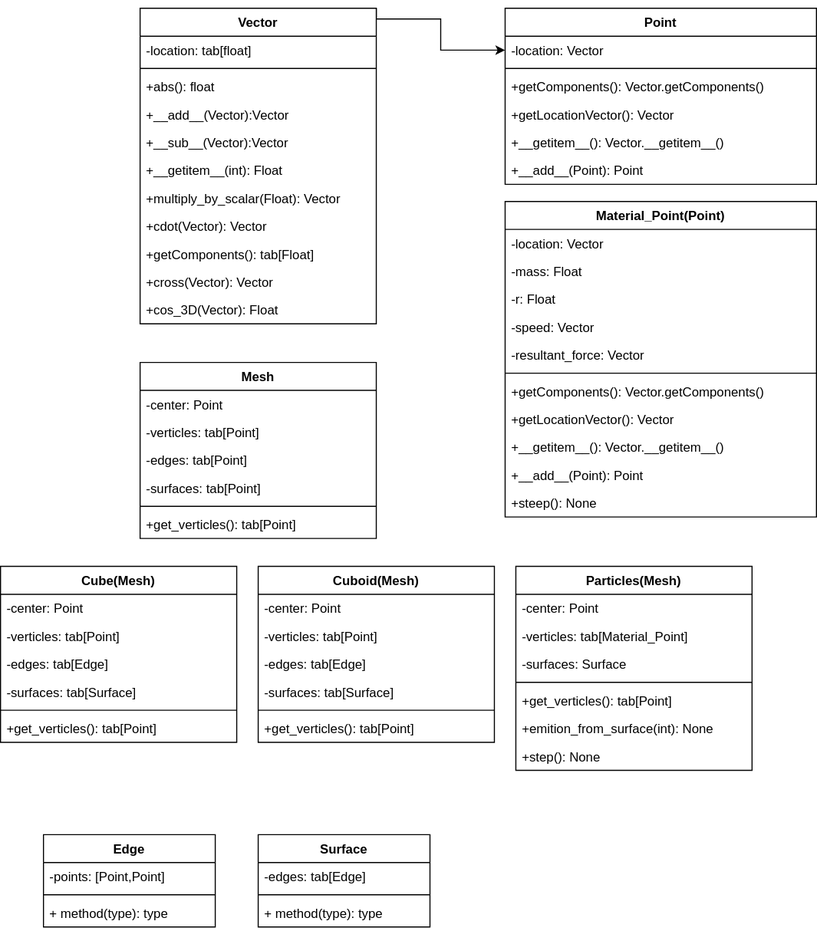
Before: Diagram_01.svg, a diagram exported from draw.io (PGszafir/TO_Project). Source tidied: cells renumbered, new cells last; positions are measured from the earlier drawing's top-left corner, leaving out a move shared by most shapes.
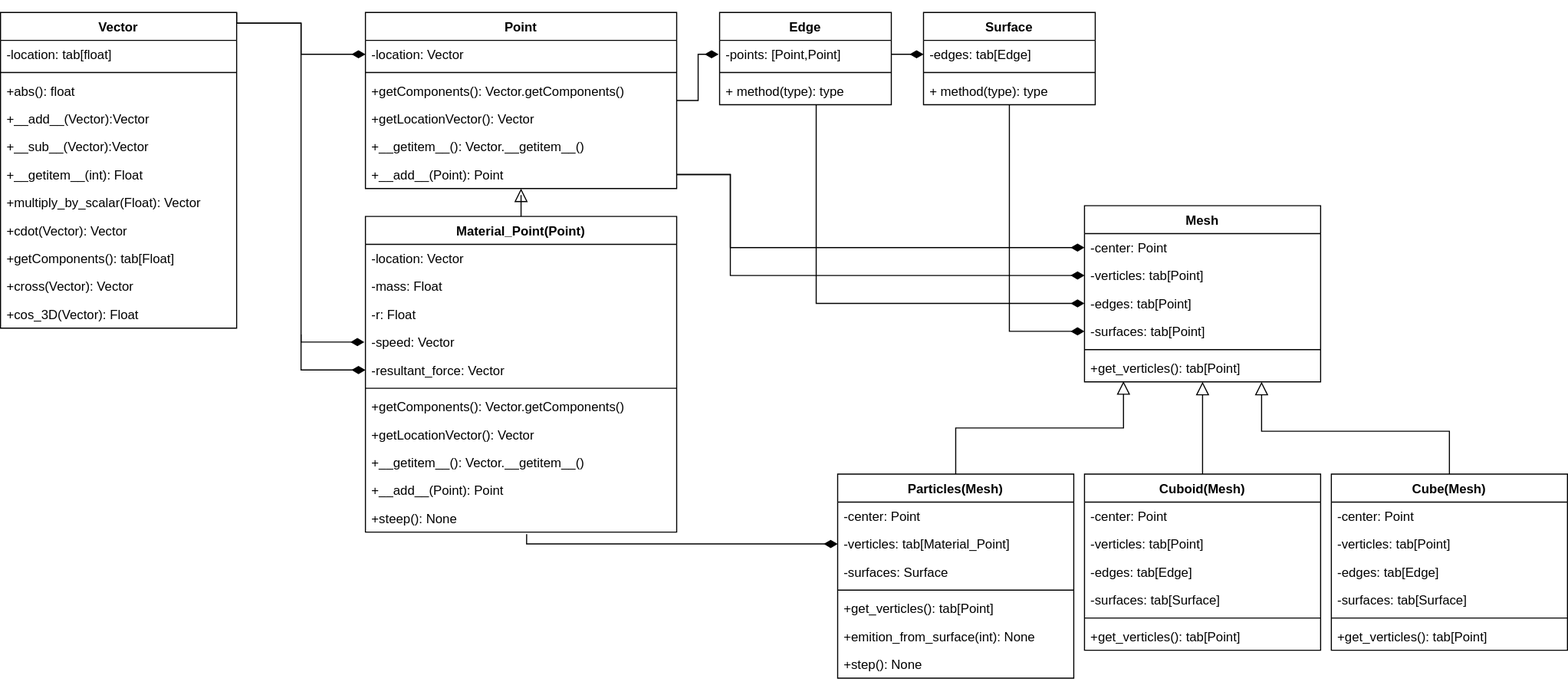
Later version of the same file.

What changed in the source:
```diff
@@ -2,7 +2,7 @@
   <root>
     <mxCell id="0" />
     <mxCell id="1" parent="0" />
-    <mxCell id="2" style="edgeStyle=orthogonalEdgeStyle;rounded=0;jettySize=auto;html=1;exitX=1;exitY=0;exitDx=0;exitDy=0;entryX=0;entryY=0.5;entryDx=0;entryDy=0;" parent="1" edge="1" source="3" target="16">
+    <mxCell id="2" style="edgeStyle=orthogonalEdgeStyle;rounded=0;jettySize=auto;html=1;exitX=1;exitY=0;exitDx=0;exitDy=0;entryX=0;entryY=0.5;entryDx=0;entryDy=0;endArrow=diamondThin;endFill=1;strokeWidth=1;endSize=10;" parent="1" edge="1" source="3" target="16">
       <mxGeometry relative="1" as="geometry">
         <Array as="points">
           <mxPoint x="350" y="10" />
@@ -11,6 +11,20 @@
         </Array>
       </mxGeometry>
     </mxCell>
+    <mxCell id="71" style="edgeStyle=orthogonalEdgeStyle;rounded=0;jettySize=auto;html=1;endArrow=diamondThin;endFill=1;endSize=10;targetPerimeterSpacing=1;strokeWidth=1;" parent="1" edge="1" target="26">
+      <mxGeometry relative="1" as="geometry">
+        <mxPoint x="350" y="10" as="sourcePoint" />
+        <Array as="points">
+          <mxPoint x="410" y="10" />
+          <mxPoint x="410" y="307" />
+        </Array>
+      </mxGeometry>
+    </mxCell>
+    <mxCell id="72" style="edgeStyle=orthogonalEdgeStyle;rounded=0;jettySize=auto;html=1;entryX=0;entryY=0.5;entryDx=0;entryDy=0;endArrow=diamondThin;endFill=1;endSize=10;targetPerimeterSpacing=1;strokeWidth=1;" parent="1" edge="1" target="27">
+      <mxGeometry relative="1" as="geometry">
+        <mxPoint x="410" y="300" as="sourcePoint" />
+      </mxGeometry>
+    </mxCell>
     <mxCell id="3" value="Vector" style="swimlane;fontStyle=1;align=center;verticalAlign=top;horizontal=1;startSize=26;" parent="1" vertex="1">
       <mxGeometry x="130" width="220" height="294" as="geometry" />
     </mxCell>
@@ -47,6 +61,9 @@
     <mxCell id="14" value="+cos_3D(Vector): Float" style="text;strokeColor=none;fillColor=none;align=left;verticalAlign=top;spacingLeft=4;spacingRight=4;overflow=hidden;" parent="3" vertex="1">
       <mxGeometry y="268" width="220" height="26" as="geometry" />
     </mxCell>
+    <mxCell id="73" style="edgeStyle=orthogonalEdgeStyle;rounded=0;jettySize=auto;html=1;endArrow=diamondThin;endFill=1;endSize=10;targetPerimeterSpacing=1;" parent="1" edge="1" source="15" target="64">
+      <mxGeometry relative="1" as="geometry" />
+    </mxCell>
     <mxCell id="15" value="Point" style="swimlane;fontStyle=1;align=center;verticalAlign=top;horizontal=1;startSize=26;" parent="1" vertex="1">
       <mxGeometry x="470" width="290" height="164" as="geometry" />
     </mxCell>
@@ -68,8 +85,11 @@
     <mxCell id="21" value="+__add__(Point): Point" style="text;strokeColor=none;fillColor=none;align=left;verticalAlign=top;spacingLeft=4;spacingRight=4;overflow=hidden;points=[[0,0.5],[1,0.5]];portConstraint=eastwest;" parent="15" vertex="1">
       <mxGeometry y="138" width="290" height="26" as="geometry" />
     </mxCell>
+    <mxCell id="74" style="edgeStyle=orthogonalEdgeStyle;rounded=0;jettySize=auto;html=1;entryX=0.5;entryY=1;entryDx=0;entryDy=0;endArrow=block;endFill=0;endSize=10;targetPerimeterSpacing=1;strokeWidth=1;" parent="1" edge="1" source="22" target="15">
+      <mxGeometry relative="1" as="geometry" />
+    </mxCell>
     <mxCell id="22" value="Material_Point(Point)" style="swimlane;fontStyle=1;align=center;verticalAlign=top;horizontal=1;startSize=26;" parent="1" vertex="1">
-      <mxGeometry x="470" y="180" width="290" height="294" as="geometry" />
+      <mxGeometry x="470" y="190" width="290" height="294" as="geometry" />
     </mxCell>
     <mxCell id="23" value="-location: Vector" style="text;strokeColor=none;fillColor=none;align=left;verticalAlign=top;spacingLeft=4;spacingRight=4;overflow=hidden;" parent="22" vertex="1">
       <mxGeometry y="26" width="290" height="26" as="geometry" />
@@ -105,7 +125,7 @@
       <mxGeometry y="268" width="290" height="26" as="geometry" />
     </mxCell>
     <mxCell id="34" value="Mesh" style="swimlane;fontStyle=1;align=center;verticalAlign=top;horizontal=1;startSize=26;" parent="1" vertex="1">
-      <mxGeometry x="130" y="330" width="220" height="164" as="geometry" />
+      <mxGeometry x="1140" y="180" width="220" height="164" as="geometry" />
     </mxCell>
     <mxCell id="35" value="-center: Point&#10;&#10;" style="text;strokeColor=none;fillColor=none;align=left;verticalAlign=top;spacingLeft=4;spacingRight=4;overflow=hidden;points=[[0,0.5],[1,0.5]];portConstraint=eastwest;" parent="34" vertex="1">
       <mxGeometry y="26" width="220" height="26" as="geometry" />
@@ -125,8 +145,16 @@
     <mxCell id="40" value="+get_verticles(): tab[Point]" style="text;strokeColor=none;fillColor=none;align=left;verticalAlign=top;spacingLeft=4;spacingRight=4;overflow=hidden;points=[[0,0.5],[1,0.5]];portConstraint=eastwest;" parent="34" vertex="1">
       <mxGeometry y="138" width="220" height="26" as="geometry" />
     </mxCell>
+    <mxCell id="75" style="edgeStyle=orthogonalEdgeStyle;rounded=0;jettySize=auto;html=1;entryX=0.75;entryY=1;entryDx=0;entryDy=0;endArrow=block;endFill=0;endSize=10;targetPerimeterSpacing=1;" parent="1" edge="1" source="41" target="34">
+      <mxGeometry relative="1" as="geometry">
+        <Array as="points">
+          <mxPoint x="1480" y="390" />
+          <mxPoint x="1305" y="390" />
+        </Array>
+      </mxGeometry>
+    </mxCell>
     <mxCell id="41" value="Cube(Mesh)" style="swimlane;fontStyle=1;align=center;verticalAlign=top;horizontal=1;startSize=26;" parent="1" vertex="1">
-      <mxGeometry y="520" width="220" height="164" as="geometry" />
+      <mxGeometry x="1370" y="430" width="220" height="164" as="geometry" />
     </mxCell>
     <mxCell id="42" value="-center: Point&#10;&#10;" style="text;strokeColor=none;fillColor=none;align=left;verticalAlign=top;spacingLeft=4;spacingRight=4;overflow=hidden;" parent="41" vertex="1">
       <mxGeometry y="26" width="220" height="26" as="geometry" />
@@ -146,8 +174,11 @@
     <mxCell id="47" value="+get_verticles(): tab[Point]" style="text;strokeColor=none;fillColor=none;align=left;verticalAlign=top;spacingLeft=4;spacingRight=4;overflow=hidden;" parent="41" vertex="1">
       <mxGeometry y="138" width="220" height="26" as="geometry" />
     </mxCell>
+    <mxCell id="76" style="edgeStyle=orthogonalEdgeStyle;rounded=0;jettySize=auto;html=1;entryX=0.5;entryY=1;entryDx=0;entryDy=0;endArrow=block;endFill=0;endSize=10;targetPerimeterSpacing=1;" parent="1" edge="1" source="48" target="34">
+      <mxGeometry relative="1" as="geometry" />
+    </mxCell>
     <mxCell id="48" value="Cuboid(Mesh)" style="swimlane;fontStyle=1;align=center;verticalAlign=top;horizontal=1;startSize=26;" parent="1" vertex="1">
-      <mxGeometry x="240" y="520" width="220" height="164" as="geometry" />
+      <mxGeometry x="1140" y="430" width="220" height="164" as="geometry" />
     </mxCell>
     <mxCell id="49" value="-center: Point&#10;&#10;" style="text;strokeColor=none;fillColor=none;align=left;verticalAlign=top;spacingLeft=4;spacingRight=4;overflow=hidden;" parent="48" vertex="1">
       <mxGeometry y="26" width="220" height="26" as="geometry" />
@@ -167,8 +198,16 @@
     <mxCell id="54" value="+get_verticles(): tab[Point]" style="text;strokeColor=none;fillColor=none;align=left;verticalAlign=top;spacingLeft=4;spacingRight=4;overflow=hidden;" parent="48" vertex="1">
       <mxGeometry y="138" width="220" height="26" as="geometry" />
     </mxCell>
+    <mxCell id="77" style="edgeStyle=orthogonalEdgeStyle;rounded=0;jettySize=auto;html=1;entryX=0.165;entryY=0.978;entryDx=0;entryDy=0;entryPerimeter=0;endArrow=block;endFill=0;endSize=10;targetPerimeterSpacing=1;" parent="1" edge="1" source="55" target="40">
+      <mxGeometry relative="1" as="geometry">
+        <Array as="points">
+          <mxPoint x="1020" y="387" />
+          <mxPoint x="1176" y="387" />
+        </Array>
+      </mxGeometry>
+    </mxCell>
     <mxCell id="55" value="Particles(Mesh)" style="swimlane;fontStyle=1;align=center;verticalAlign=top;horizontal=1;startSize=26;" parent="1" vertex="1">
-      <mxGeometry x="480" y="520" width="220" height="190" as="geometry" />
+      <mxGeometry x="910" y="430" width="220" height="190" as="geometry" />
     </mxCell>
     <mxCell id="56" value="-center: Point&#10;&#10;" style="text;strokeColor=none;fillColor=none;align=left;verticalAlign=top;spacingLeft=4;spacingRight=4;overflow=hidden;" parent="55" vertex="1">
       <mxGeometry y="26" width="220" height="26" as="geometry" />
@@ -192,7 +231,7 @@
       <mxGeometry y="164" width="220" height="26" as="geometry" />
     </mxCell>
     <mxCell id="63" value="Edge" style="swimlane;fontStyle=1;align=center;verticalAlign=top;horizontal=1;startSize=26;" parent="1" vertex="1">
-      <mxGeometry x="40" y="770" width="160" height="86" as="geometry" />
+      <mxGeometry x="800" width="160" height="86" as="geometry" />
     </mxCell>
     <mxCell id="64" value="-points: [Point,Point]" style="text;strokeColor=none;fillColor=none;align=left;verticalAlign=top;spacingLeft=4;spacingRight=4;overflow=hidden;points=[[0,0.5],[1,0.5]];portConstraint=eastwest;" parent="63" vertex="1">
       <mxGeometry y="26" width="160" height="26" as="geometry" />
@@ -204,7 +243,7 @@
       <mxGeometry y="60" width="160" height="26" as="geometry" />
     </mxCell>
     <mxCell id="67" value="Surface" style="swimlane;fontStyle=1;align=center;verticalAlign=top;horizontal=1;startSize=26;" parent="1" vertex="1">
-      <mxGeometry x="240" y="770" width="160" height="86" as="geometry" />
+      <mxGeometry x="990" width="160" height="86" as="geometry" />
     </mxCell>
     <mxCell id="68" value="-edges: tab[Edge]" style="text;strokeColor=none;fillColor=none;align=left;verticalAlign=top;spacingLeft=4;spacingRight=4;overflow=hidden;points=[[0,0.5],[1,0.5]];portConstraint=eastwest;" parent="67" vertex="1">
       <mxGeometry y="26" width="160" height="26" as="geometry" />
@@ -215,5 +254,45 @@
     <mxCell id="70" value="+ method(type): type" style="text;strokeColor=none;fillColor=none;align=left;verticalAlign=top;spacingLeft=4;spacingRight=4;overflow=hidden;points=[[0,0.5],[1,0.5]];portConstraint=eastwest;" parent="67" vertex="1">
       <mxGeometry y="60" width="160" height="26" as="geometry" />
     </mxCell>
+    <mxCell id="78" style="edgeStyle=orthogonalEdgeStyle;rounded=0;jettySize=auto;html=1;entryX=0;entryY=0.5;entryDx=0;entryDy=0;endArrow=diamondThin;endFill=1;exitX=1;exitY=0.5;exitDx=0;exitDy=0;endSize=10;" parent="1" edge="1" source="21" target="36">
+      <mxGeometry relative="1" as="geometry">
+        <Array as="points">
+          <mxPoint x="810" y="151" />
+          <mxPoint x="810" y="245" />
+        </Array>
+      </mxGeometry>
+    </mxCell>
+    <mxCell id="79" style="edgeStyle=orthogonalEdgeStyle;rounded=0;jettySize=auto;html=1;endArrow=diamondThin;endFill=1;endSize=10;" parent="1" edge="1" source="66" target="37">
+      <mxGeometry relative="1" as="geometry">
+        <Array as="points">
+          <mxPoint x="890" y="271" />
+        </Array>
+      </mxGeometry>
+    </mxCell>
+    <mxCell id="80" style="edgeStyle=orthogonalEdgeStyle;rounded=0;jettySize=auto;html=1;entryX=0;entryY=0.5;entryDx=0;entryDy=0;endArrow=diamondThin;endFill=1;endSize=10;" parent="1" edge="1" source="70" target="38">
+      <mxGeometry relative="1" as="geometry">
+        <Array as="points">
+          <mxPoint x="1070" y="297" />
+        </Array>
+      </mxGeometry>
+    </mxCell>
+    <mxCell id="81" style="edgeStyle=orthogonalEdgeStyle;rounded=0;jettySize=auto;html=1;exitX=1;exitY=0.5;exitDx=0;exitDy=0;entryX=0;entryY=0.5;entryDx=0;entryDy=0;endArrow=diamondThin;endFill=1;endSize=10;" parent="1" edge="1" source="21" target="35">
+      <mxGeometry relative="1" as="geometry">
+        <Array as="points">
+          <mxPoint x="810" y="151" />
+          <mxPoint x="810" y="219" />
+        </Array>
+      </mxGeometry>
+    </mxCell>
+    <mxCell id="82" style="edgeStyle=orthogonalEdgeStyle;rounded=0;jettySize=auto;html=1;entryX=0;entryY=0.5;entryDx=0;entryDy=0;endArrow=diamondThin;endFill=1;exitX=0.518;exitY=1.068;exitDx=0;exitDy=0;exitPerimeter=0;endSize=10;" parent="1" edge="1" source="33" target="57">
+      <mxGeometry relative="1" as="geometry">
+        <Array as="points">
+          <mxPoint x="620" y="495" />
+        </Array>
+      </mxGeometry>
+    </mxCell>
+    <mxCell id="83" style="edgeStyle=orthogonalEdgeStyle;rounded=0;jettySize=auto;html=1;entryX=0;entryY=0.5;entryDx=0;entryDy=0;endArrow=diamondThin;endFill=1;endSize=10;targetPerimeterSpacing=1;" parent="1" edge="1" source="64" target="68">
+      <mxGeometry relative="1" as="geometry" />
+    </mxCell>
   </root>
 </mxGraphModel>
```
